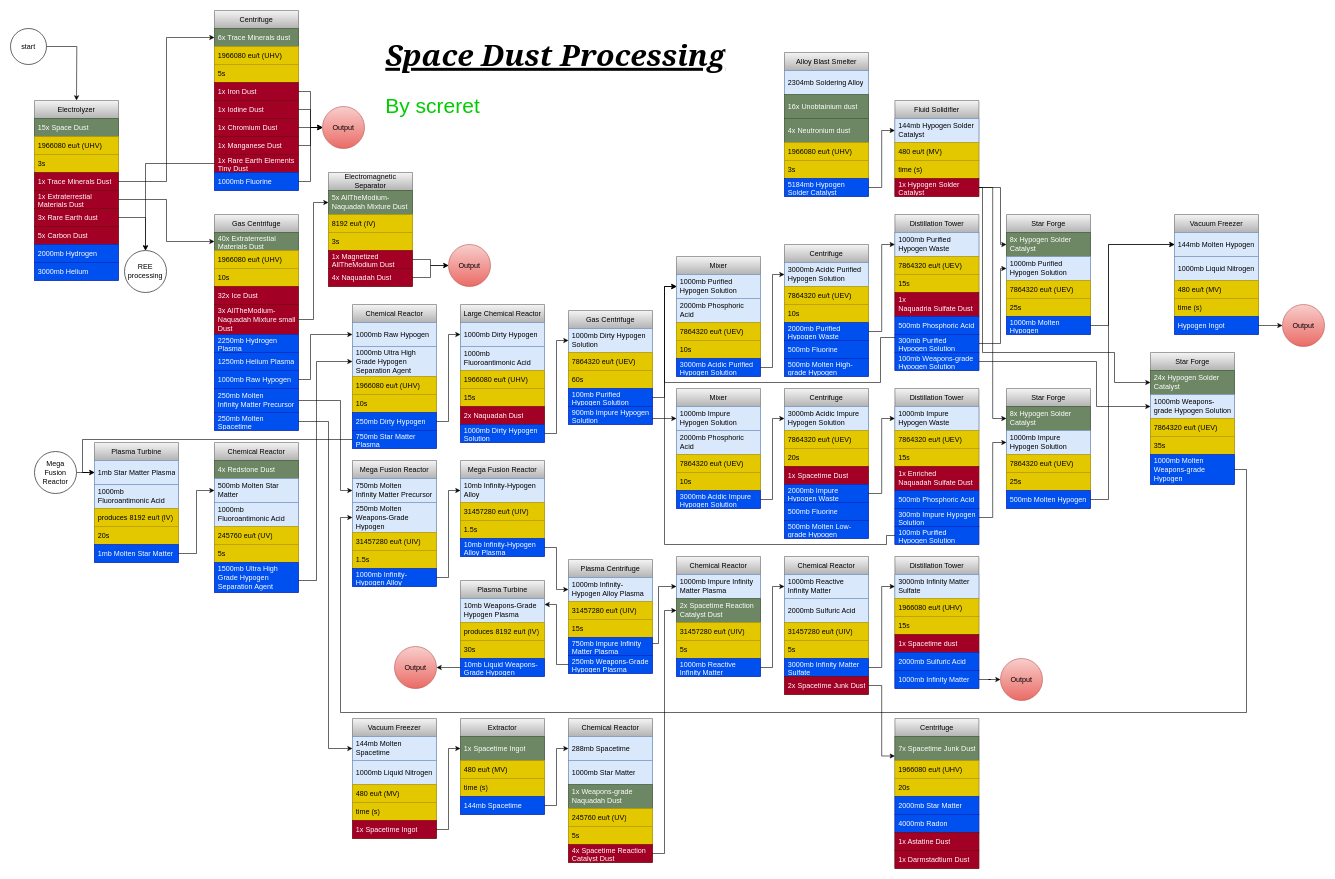
AllTheMods/Gravitas2 keeps this draw.io diagram as space_dust.drawio. Above is the earlier version. Source tidied: cells renumbered, new cells numbered last; positions are measured from the earlier drawing's top-left corner, leaving out a move shared by most shapes. Both pictures are drawn from the tidied source at 60%, with x=0, y=0 at pixel (10, 10).
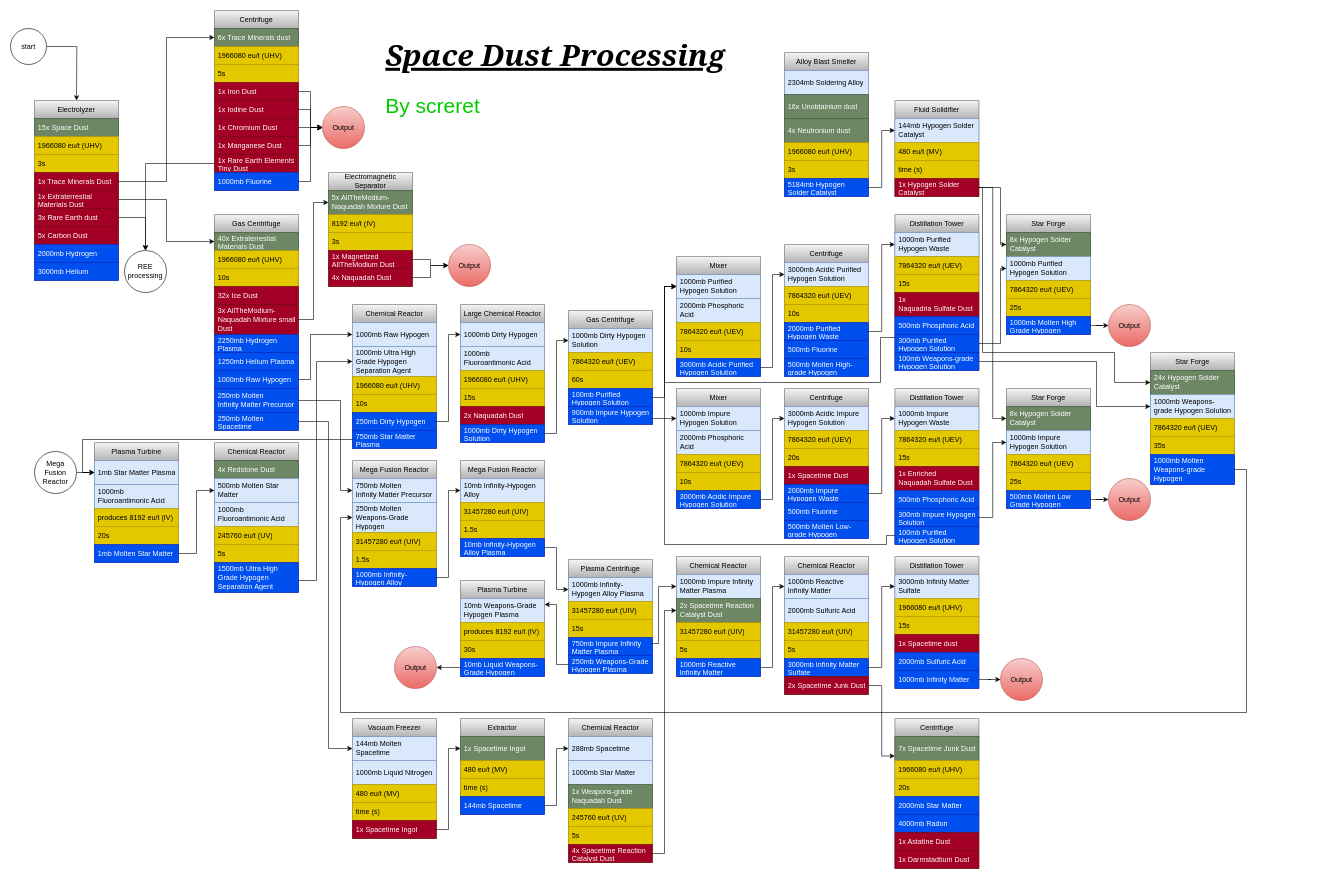
The same diagram, later.

Commit message:
why tf did everything become base hypogen in the end no

The change refers to these unchanged cells:
```xml
<mxCell id="137" value="Star Forge" style="swimlane;fontStyle=0;horizontal=1;startSize=30;whiteSpace=wrap;html=1;fillColor=#f5f5f5;gradientColor=#b3b3b3;strokeColor=#666666;" parent="1" vertex="1">
  <mxGeometry x="1660" y="340" width="140" height="200" as="geometry" />
</mxCell>
<mxCell id="144" value="Star Forge" style="swimlane;fontStyle=0;horizontal=1;startSize=30;whiteSpace=wrap;html=1;fillColor=#f5f5f5;gradientColor=#b3b3b3;strokeColor=#666666;" parent="1" vertex="1">
  <mxGeometry x="1660" y="630" width="140" height="200" as="geometry" />
</mxCell>
```

The edit, as a diff of the source:
```diff
@@
-    <mxCell id="142" value="1000mb Molten Hypogen" style="text;strokeColor=#001DBC;fillColor=#0050ef;align=left;verticalAlign=middle;spacingLeft=4;spacingRight=4;overflow=hidden;points=[[0,0.5],[1,0.5]];portConstraint=eastwest;whiteSpace=wrap;html=1;fontColor=#ffffff;" parent="137" vertex="1">
+    <mxCell id="142" value="1000mb Molten High Grade Hypogen" style="text;strokeColor=#001DBC;fillColor=#0050ef;align=left;verticalAlign=middle;spacingLeft=4;spacingRight=4;overflow=hidden;points=[[0,0.5],[1,0.5]];portConstraint=eastwest;whiteSpace=wrap;html=1;fontColor=#ffffff;" parent="137" vertex="1">
       <mxGeometry y="170" width="140" height="30" as="geometry" />
     </mxCell>
@@
-    <mxCell id="149" value="500mb Molten Hypogen" style="text;strokeColor=#001DBC;fillColor=#0050ef;align=left;verticalAlign=middle;spacingLeft=4;spacingRight=4;overflow=hidden;points=[[0,0.5],[1,0.5]];portConstraint=eastwest;whiteSpace=wrap;html=1;fontColor=#ffffff;" parent="144" vertex="1">
+    <mxCell id="149" value="500mb Molten Low Grade Hypogen" style="text;strokeColor=#001DBC;fillColor=#0050ef;align=left;verticalAlign=middle;spacingLeft=4;spacingRight=4;overflow=hidden;points=[[0,0.5],[1,0.5]];portConstraint=eastwest;whiteSpace=wrap;html=1;fontColor=#ffffff;" parent="144" vertex="1">
       <mxGeometry y="170" width="140" height="30" as="geometry" />
     </mxCell>
@@
-    <mxCell id="174" value="Vacuum Freezer" style="swimlane;fontStyle=0;horizontal=1;startSize=30;whiteSpace=wrap;html=1;fillColor=#f5f5f5;gradientColor=#b3b3b3;strokeColor=#666666;" parent="1" vertex="1">
-      <mxGeometry x="1940" y="340" width="140" height="200" as="geometry" />
-    </mxCell>
-    <mxCell id="175" value="144mb Molten Hypogen" style="text;strokeColor=#6c8ebf;fillColor=#dae8fc;align=left;verticalAlign=middle;spacingLeft=4;spacingRight=4;overflow=hidden;points=[[0,0.5],[1,0.5]];portConstraint=eastwest;whiteSpace=wrap;html=1;" parent="174" vertex="1">
-      <mxGeometry y="30" width="140" height="40" as="geometry" />
-    </mxCell>
-    <mxCell id="176" value="1000mb Liquid Nitrogen" style="text;strokeColor=#6c8ebf;fillColor=#dae8fc;align=left;verticalAlign=middle;spacingLeft=4;spacingRight=4;overflow=hidden;whiteSpace=wrap;html=1;" parent="174" vertex="1">
-      <mxGeometry y="70" width="140" height="40" as="geometry" />
-    </mxCell>
-    <mxCell id="177" value="480 eu/t (MV)" style="text;strokeColor=#B09500;fillColor=#e3c800;align=left;verticalAlign=middle;spacingLeft=4;spacingRight=4;overflow=hidden;whiteSpace=wrap;html=1;fontColor=#000000;" parent="174" vertex="1">
-      <mxGeometry y="110" width="140" height="30" as="geometry" />
-    </mxCell>
-    <mxCell id="178" value="time (s)" style="text;strokeColor=#B09500;fillColor=#e3c800;align=left;verticalAlign=middle;spacingLeft=4;spacingRight=4;overflow=hidden;whiteSpace=wrap;html=1;fontColor=#000000;" parent="174" vertex="1">
-      <mxGeometry y="140" width="140" height="30" as="geometry" />
-    </mxCell>
-    <mxCell id="179" value="Hypogen Ingot" style="text;strokeColor=#001DBC;fillColor=#0050ef;align=left;verticalAlign=middle;spacingLeft=4;spacingRight=4;overflow=hidden;points=[[0,0.5],[1,0.5]];portConstraint=eastwest;whiteSpace=wrap;html=1;fontColor=#ffffff;" parent="174" vertex="1">
-      <mxGeometry y="170" width="140" height="30" as="geometry" />
-    </mxCell>
-    <mxCell id="180" style="edgeStyle=orthogonalEdgeStyle;rounded=0;jettySize=auto;html=1;" parent="1" edge="1" source="142" target="175">
-      <mxGeometry relative="1" as="geometry">
-        <Array as="points">
-          <mxPoint x="1830" y="525" />
-          <mxPoint x="1830" y="390" />
-        </Array>
-      </mxGeometry>
-    </mxCell>
-    <mxCell id="181" style="edgeStyle=orthogonalEdgeStyle;rounded=0;jettySize=auto;html=1;entryX=0;entryY=0.5;entryDx=0;entryDy=0;" parent="1" edge="1" source="149" target="175">
-      <mxGeometry relative="1" as="geometry">
-        <Array as="points">
-          <mxPoint x="1830" y="815" />
-          <mxPoint x="1830" y="390" />
-        </Array>
-      </mxGeometry>
-    </mxCell>
@@
-    <mxCell id="265" value="Output" style="ellipse;whiteSpace=wrap;html=1;fillColor=#f8cecc;strokeColor=#b85450;gradientColor=#ea6b66;" parent="1" vertex="1">
-      <mxGeometry x="2120" y="490" width="70" height="70" as="geometry" />
-    </mxCell>
-    <mxCell id="266" style="edgeStyle=orthogonalEdgeStyle;rounded=0;jettySize=auto;html=1;" parent="1" edge="1" source="179" target="265">
-      <mxGeometry relative="1" as="geometry" />
-    </mxCell>
@@
+    <mxCell id="281" value="Output" style="ellipse;whiteSpace=wrap;html=1;fillColor=#f8cecc;strokeColor=#b85450;gradientColor=#ea6b66;" parent="1" vertex="1">
+      <mxGeometry x="1830" y="490" width="70" height="70" as="geometry" />
+    </mxCell>
+    <mxCell id="282" style="edgeStyle=orthogonalEdgeStyle;rounded=0;jettySize=auto;html=1;entryX=0;entryY=0.5;entryDx=0;entryDy=0;" parent="1" edge="1" source="142" target="281">
+      <mxGeometry relative="1" as="geometry" />
+    </mxCell>
+    <mxCell id="283" value="Output" style="ellipse;whiteSpace=wrap;html=1;fillColor=#f8cecc;strokeColor=#b85450;gradientColor=#ea6b66;" parent="1" vertex="1">
+      <mxGeometry x="1830" y="780" width="70" height="70" as="geometry" />
+    </mxCell>
+    <mxCell id="284" style="edgeStyle=orthogonalEdgeStyle;rounded=0;jettySize=auto;html=1;" parent="1" edge="1" source="149" target="283">
+      <mxGeometry relative="1" as="geometry" />
+    </mxCell>
```
